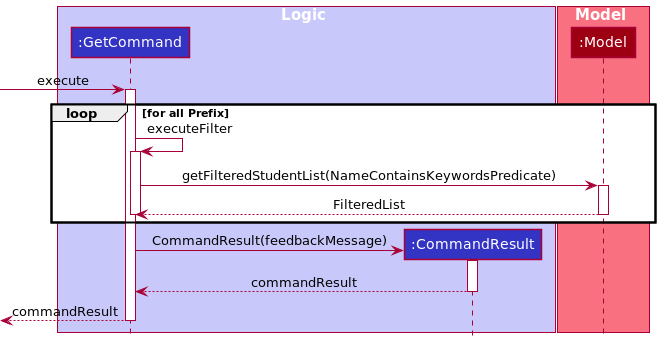
Before: docs/images/dg/logic/commands/getcommand/GetCommandSequenceDiagram.png, a diagram exported from PlantUML (nus-cs2103-AY2122S1/tp).
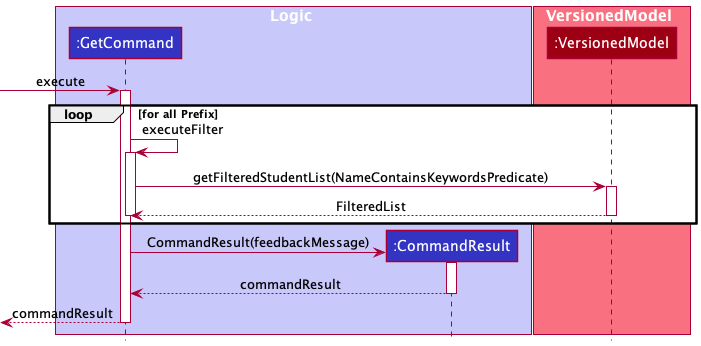
The same diagram one commit later.

The edit, as a diff of the source:
```diff
@@ -6,8 +6,8 @@
 Participant ":CommandResult" as result LOGIC_COLOR
 end box
 
-box Model MODEL_COLOR_T1
-Participant ":Model" as mm MODEL_COLOR
+box VersionedModel MODEL_COLOR_T1
+Participant ":VersionedModel" as mm MODEL_COLOR
 end box
 
 -> rc ++ :execute
```
